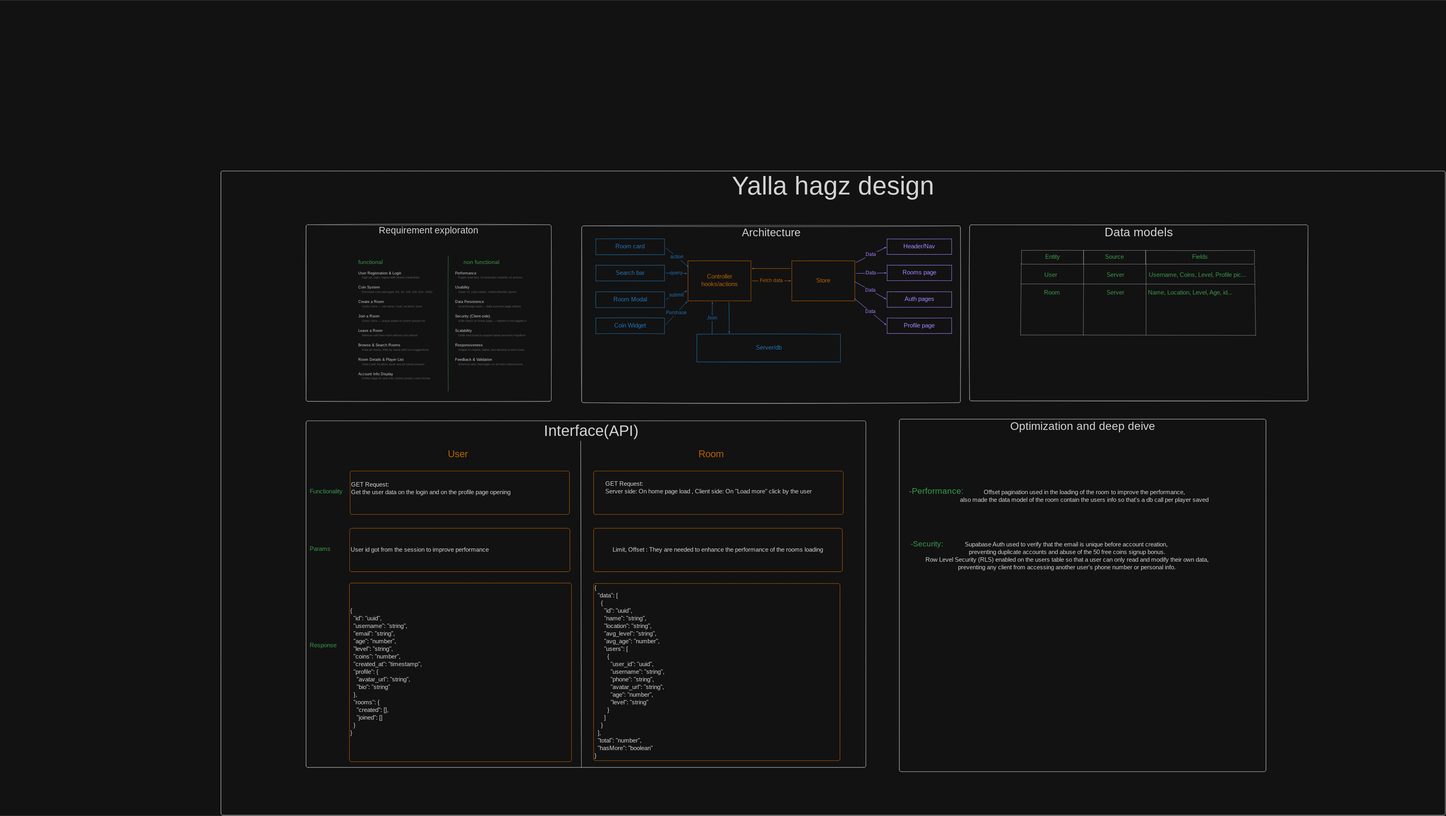
Before: docs/system-design/design.svg, a diagram exported from Excalidraw (Alyyasser1/Hagzoo). Source tidied: one line per element, renumbered; positions are measured from the earlier drawing's top-left corner, leaving out a move shared by most shapes.
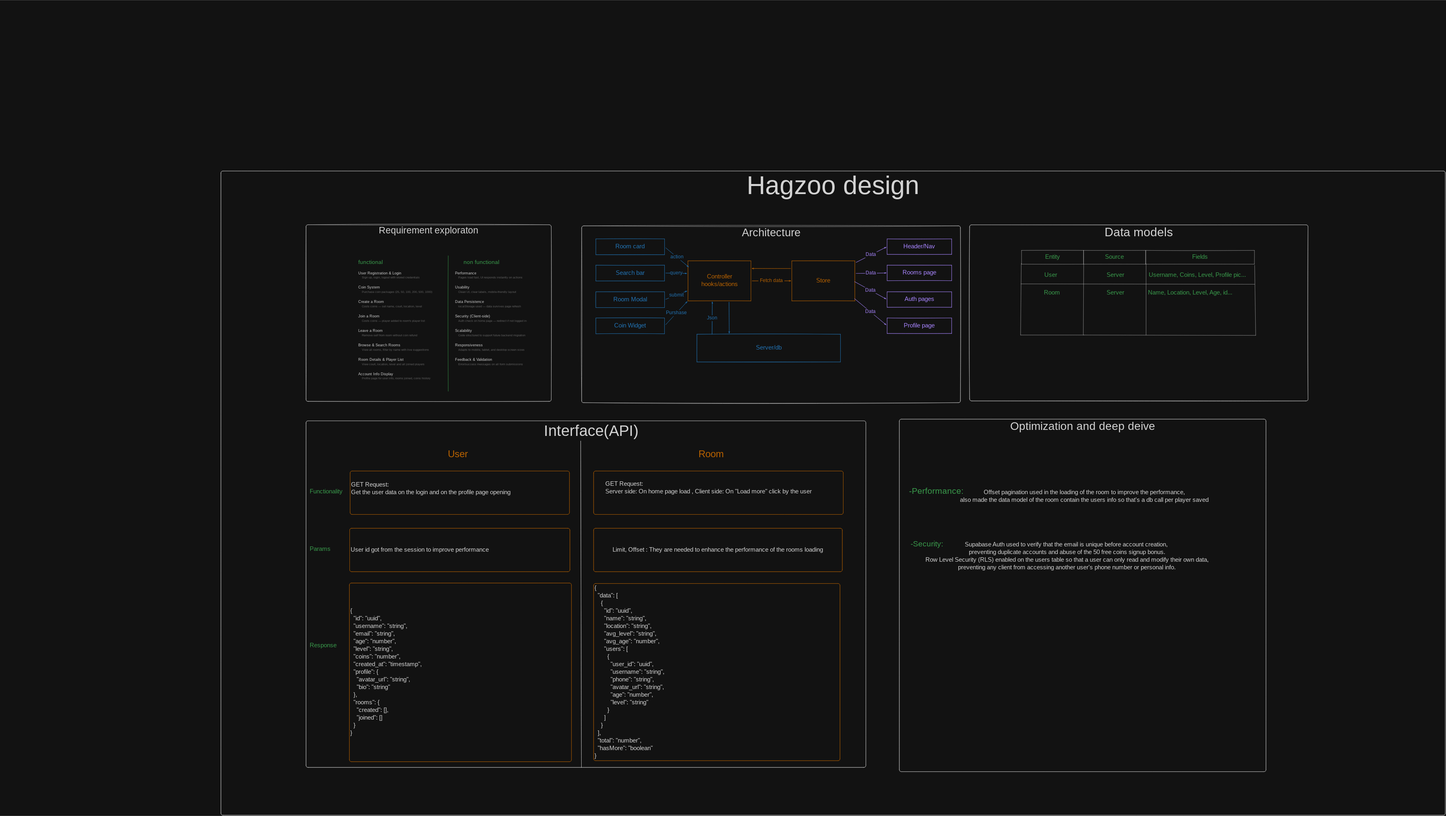
The same diagram one commit later.

What changed in the source:
```diff
@@ -125,4 +125,4 @@
 {"id": 124, "type": "text", "text": "-Security:", "strokeColor": "#2f9e44", "strokeWidth": 4, "roughness": 0, "fontSize": 110.12, "fontFamily": 5, "textAlign": "center", "verticalAlign": "middle", "x": 13408, "y": 7950, "width": 512, "height": 138}
 {"id": 125, "type": "text", "text": "Supabase Auth used to verify that the email is unique before account creation,\n preventing duplicate accounts and abuse of the 50 free coins signup bonus.\n Row Level Security (RLS) enabled on the users table so that a user can only read and modify their own data,\n preventing any client from accessing another user's phone number or personal info.", "strokeColor": "#1e1e1e", "strokeWidth": 4, "roughness": 0, "fontSize": 90, "fontFamily": 5, "textAlign": "center", "verticalAlign": "middle", "x": 13285, "y": 7965, "width": 4863, "height": 450}
 {"id": 126, "type": "rectangle", "strokeColor": "#1e1e1e", "strokeWidth": 4, "roughness": 0, "round": true, "x": 3249, "y": 2510, "width": 18060, "height": 9500}
-{"id": 127, "type": "text", "text": "Yalla hagz design", "strokeColor": "#1e1e1e", "strokeWidth": 4, "roughness": 0, "fontSize": 378.0, "fontFamily": 5, "textAlign": "center", "inside": 126, "x": 10735, "y": 2523, "width": 3087, "height": 473}
+{"id": 127, "type": "text", "text": "Hagzoo design", "strokeColor": "#1e1e1e", "strokeWidth": 4, "roughness": 0, "fontSize": 378.0, "fontFamily": 5, "textAlign": "center", "inside": 126, "x": 10977, "y": 2515, "width": 2603, "height": 473}
```
